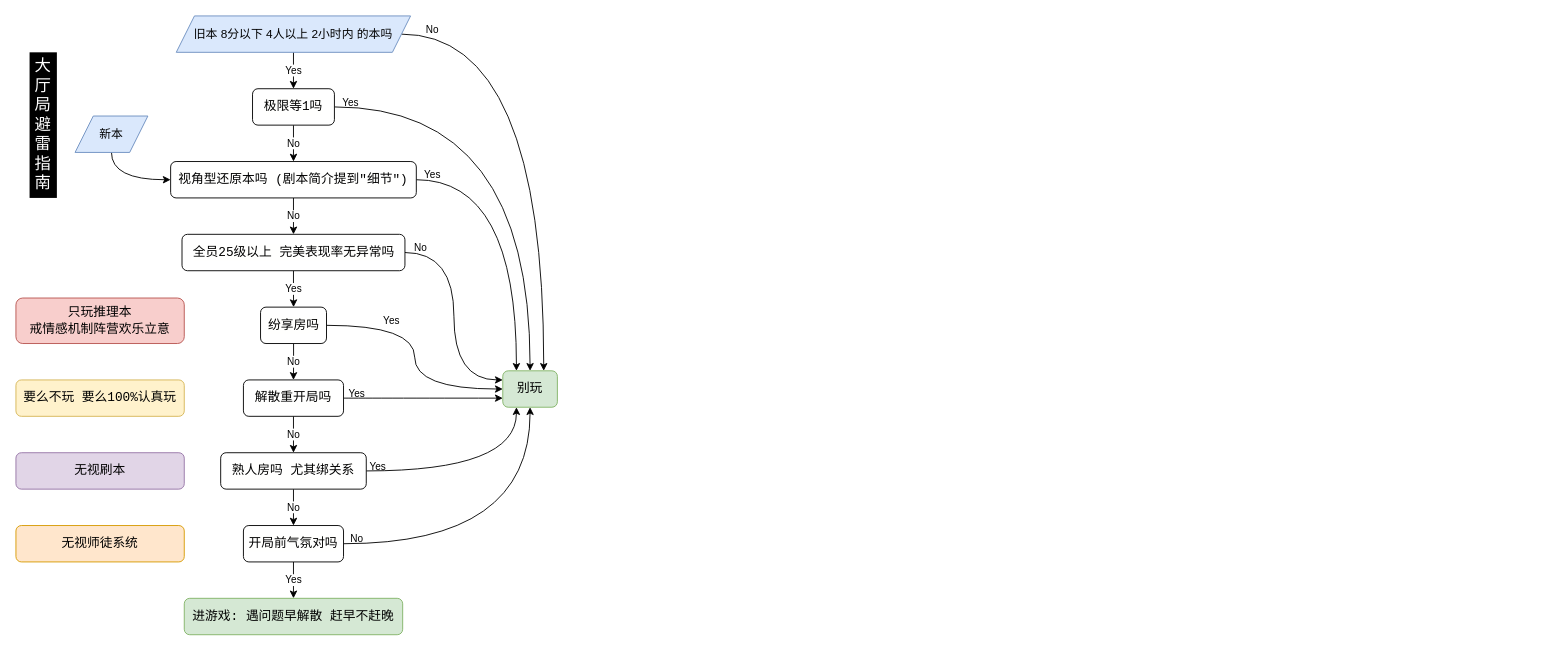
Earlier version of the draw.io diagram 百变打本想有好体验的注意点.drawio (luboq/draw.io). Source tidied: cells renumbered, new cells numbered last; positions are measured from the earlier drawing's top-left corner, leaving out a move shared by most shapes. Both pictures are drawn from the tidied source at 91%, with x=0, y=0 at pixel (15, 15).
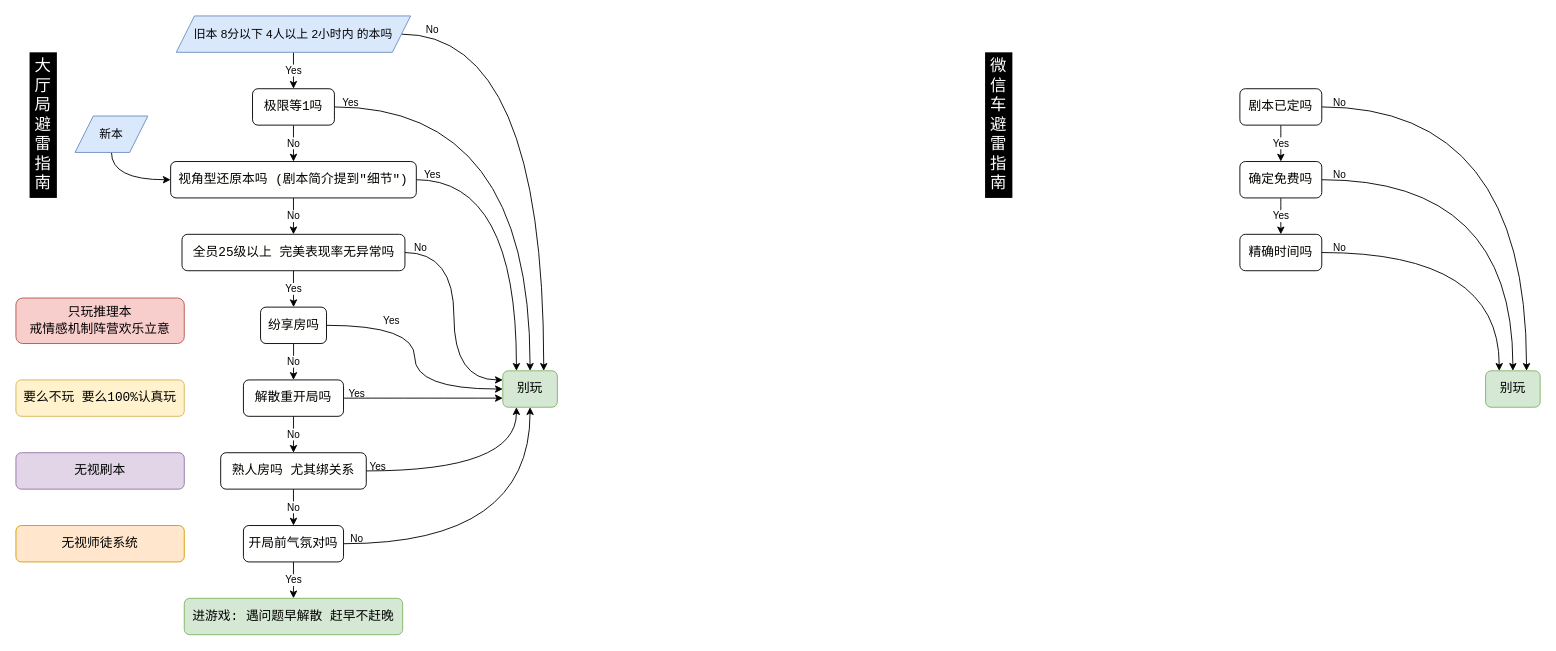
The same diagram, later.

Commit message:
更新百变打本想有好体验的注意点.drawio

Change to the diagram source:
```diff
@@
+    <mxCell id="43" style="edgeStyle=orthogonalEdgeStyle;rounded=0;jettySize=auto;html=1;curved=1;" parent="1" edge="1" source="45" target="47">
+      <mxGeometry relative="1" as="geometry" />
+    </mxCell>
+    <mxCell id="44" value="Yes" style="edgeStyle=orthogonalEdgeStyle;shape=connector;curved=1;rounded=0;jettySize=auto;html=1;labelBackgroundColor=default;strokeColor=default;fontFamily=Helvetica;fontSize=11;fontColor=default;endArrow=classic;" parent="1" edge="1" source="45" target="49">
+      <mxGeometry relative="1" as="geometry" />
+    </mxCell>
+    <mxCell id="45" value="&lt;div style=&quot;background-color: rgb(255, 255, 254); font-family: Consolas, &amp;quot;Courier New&amp;quot;, monospace; font-size: 14px; line-height: 19px;&quot;&gt;确定免费吗&lt;/div&gt;" style="rounded=1;whiteSpace=wrap;html=1;" parent="1" vertex="1">
+      <mxGeometry x="1345" y="160" width="90" height="40" as="geometry" />
+    </mxCell>
+    <mxCell id="46" value="微信车避雷指南" style="text;strokeColor=none;fillColor=#000000;align=center;verticalAlign=middle;whiteSpace=wrap;rounded=0;fontSize=18;labelBackgroundColor=none;labelBorderColor=none;html=1;fontColor=#FFFFFF;" parent="1" vertex="1">
+      <mxGeometry x="1065" y="40" width="30" height="160" as="geometry" />
+    </mxCell>
+    <mxCell id="47" value="&lt;div style=&quot;font-family: Consolas, &amp;quot;Courier New&amp;quot;, monospace; font-size: 14px; line-height: 19px;&quot;&gt;别玩&lt;/div&gt;" style="rounded=1;whiteSpace=wrap;html=1;fontSize=12;glass=0;strokeWidth=1;shadow=0;fillColor=#d5e8d4;strokeColor=#82b366;labelBackgroundColor=none;" parent="1" vertex="1">
+      <mxGeometry x="1615" y="390" width="60" height="40" as="geometry" />
+    </mxCell>
+    <mxCell id="48" style="edgeStyle=orthogonalEdgeStyle;shape=connector;curved=1;rounded=0;jettySize=auto;html=1;entryX=0.25;entryY=0;entryDx=0;entryDy=0;labelBackgroundColor=default;strokeColor=default;fontFamily=Helvetica;fontSize=11;fontColor=default;endArrow=classic;" parent="1" edge="1" source="49" target="47">
+      <mxGeometry relative="1" as="geometry" />
+    </mxCell>
+    <mxCell id="49" value="&lt;div style=&quot;background-color: rgb(255, 255, 254); font-family: Consolas, &amp;quot;Courier New&amp;quot;, monospace; font-size: 14px; line-height: 19px;&quot;&gt;精确时间吗&lt;/div&gt;" style="rounded=1;whiteSpace=wrap;html=1;" parent="1" vertex="1">
+      <mxGeometry x="1345" y="240" width="90" height="40" as="geometry" />
+    </mxCell>
+    <mxCell id="50" value="Yes" style="edgeStyle=orthogonalEdgeStyle;shape=connector;curved=1;rounded=0;jettySize=auto;html=1;labelBackgroundColor=default;strokeColor=default;fontFamily=Helvetica;fontSize=11;fontColor=default;endArrow=classic;" parent="1" edge="1" source="52" target="45">
+      <mxGeometry relative="1" as="geometry" />
+    </mxCell>
+    <mxCell id="51" style="edgeStyle=orthogonalEdgeStyle;shape=connector;curved=1;rounded=0;jettySize=auto;html=1;entryX=0.75;entryY=0;entryDx=0;entryDy=0;labelBackgroundColor=default;strokeColor=default;fontFamily=Helvetica;fontSize=11;fontColor=default;endArrow=classic;" parent="1" edge="1" source="52" target="47">
+      <mxGeometry relative="1" as="geometry" />
+    </mxCell>
+    <mxCell id="52" value="&lt;div style=&quot;background-color: rgb(255, 255, 254); font-family: Consolas, &amp;quot;Courier New&amp;quot;, monospace; font-size: 14px; line-height: 19px;&quot;&gt;剧本已定吗&lt;/div&gt;" style="rounded=1;whiteSpace=wrap;html=1;" parent="1" vertex="1">
+      <mxGeometry x="1345" y="80" width="90" height="40" as="geometry" />
+    </mxCell>
+    <mxCell id="53" value="No" style="text;html=1;strokeColor=none;fillColor=none;align=center;verticalAlign=middle;whiteSpace=wrap;rounded=0;fontSize=11;fontFamily=Helvetica;fontColor=default;" parent="1" vertex="1">
+      <mxGeometry x="1425" y="80" width="60" height="30" as="geometry" />
+    </mxCell>
+    <mxCell id="54" value="No" style="text;html=1;strokeColor=none;fillColor=none;align=center;verticalAlign=middle;whiteSpace=wrap;rounded=0;fontSize=11;fontFamily=Helvetica;fontColor=default;" parent="1" vertex="1">
+      <mxGeometry x="1425" y="160" width="60" height="30" as="geometry" />
+    </mxCell>
+    <mxCell id="55" value="No" style="text;html=1;strokeColor=none;fillColor=none;align=center;verticalAlign=middle;whiteSpace=wrap;rounded=0;fontSize=11;fontFamily=Helvetica;fontColor=default;" parent="1" vertex="1">
+      <mxGeometry x="1425" y="240" width="60" height="30" as="geometry" />
+    </mxCell>
```
